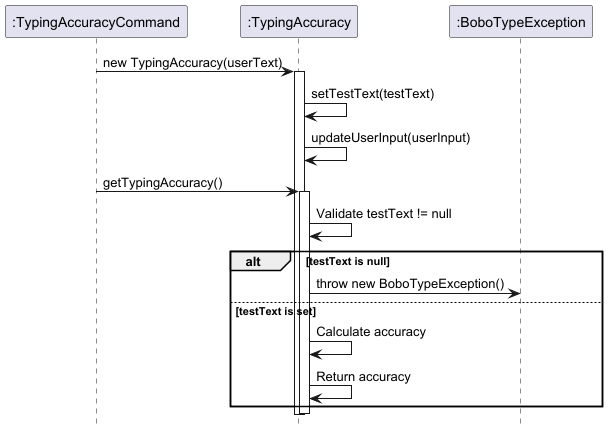
Earlier version of the PlantUML export docs/images/TypingAccuracySequenceDiagram.png (AY2425S2-CS2113-F13-2/tp).
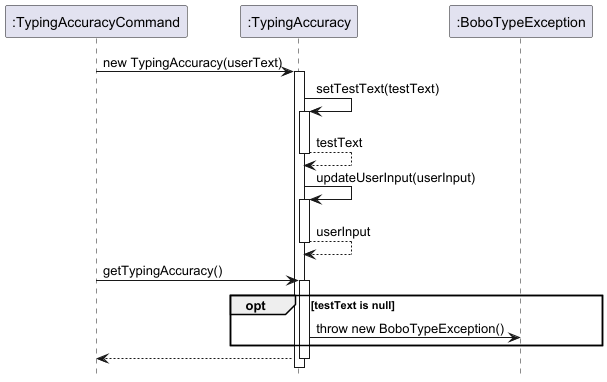
Later version of the same file.

Commit message:
Update TypingAccuracy sequence diagram

Diff of the diagram source:
```diff
@@ -6,18 +6,18 @@
 
 TypingAccuracyCommand -> TypingAccuracy : new TypingAccuracy(userText)
 activate TypingAccuracy
-TypingAccuracy -> TypingAccuracy : setTestText(testText)
-TypingAccuracy -> TypingAccuracy : updateUserInput(userInput)
-TypingAccuracyCommand -> TypingAccuracy : getTypingAccuracy()
-activate TypingAccuracy
+TypingAccuracy -> TypingAccuracy ++: setTestText(testText)
+return testText
+TypingAccuracy -> TypingAccuracy ++ : updateUserInput(userInput)
+return userInput
+TypingAccuracyCommand -> TypingAccuracy ++ : getTypingAccuracy()
 
-TypingAccuracy -> TypingAccuracy : Validate testText != null
-alt testText is null
+
+opt testText is null
     TypingAccuracy -> BoboTypeException : throw new BoboTypeException()
-else testText is set
-    TypingAccuracy -> TypingAccuracy : Calculate accuracy
-    TypingAccuracy -> TypingAccuracy : Return accuracy
 end
+
+TypingAccuracy --> TypingAccuracyCommand
 
 deactivate TypingAccuracy
 @enduml
```
